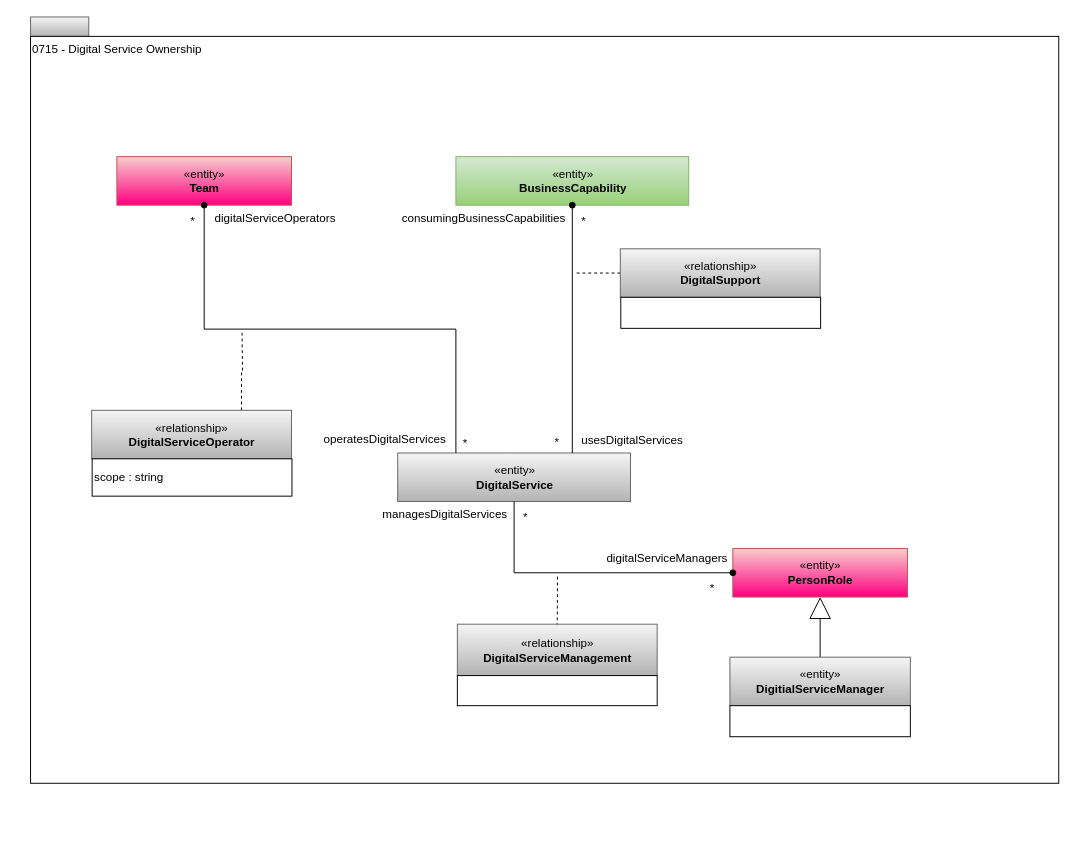
odpi/egeria-docs keeps this draw.io diagram as page "0715-Digital-Service-Ownership" (4 of 14) of site/docs/types/7/area-7-lineage.drawio. Above is the earlier version. Source tidied: cells renumbered, new cells numbered last; positions are measured from the earlier drawing's top-left corner, leaving out a move shared by most shapes. Both pictures are drawn from the tidied source at 97%, with x=0, y=0 at pixel (30, 16).
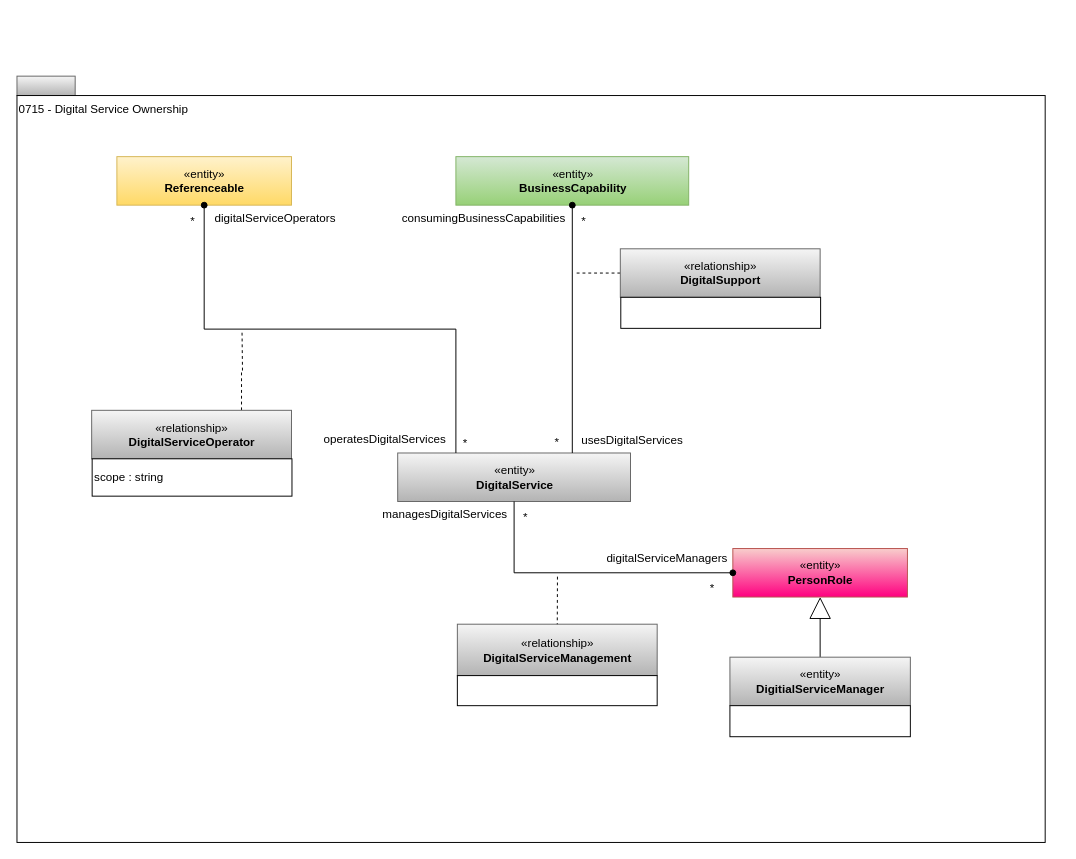
After the change.

What changed in the source:
```diff
@@
     <mxCell id="2" style="rounded=0;whiteSpace=wrap;html=1;align=left;fillColor=#f5f5f5;strokeColor=#666666;gradientColor=#b3b3b3;" parent="1" vertex="1">
-      <mxGeometry width="60" height="20" as="geometry" />
+      <mxGeometry x="-14" y="61" width="60" height="20" as="geometry" />
     </mxCell>
     <mxCell id="3" value="0715 - Digital Service Ownership" style="rounded=0;whiteSpace=wrap;html=1;align=left;verticalAlign=top;" parent="1" vertex="1">
-      <mxGeometry y="20" width="1060" height="770" as="geometry" />
+      <mxGeometry x="-14" y="81" width="1060" height="770" as="geometry" />
     </mxCell>
@@
-    <mxCell id="33" value="«entity»&lt;br&gt;&lt;b&gt;Team&lt;/b&gt;" style="html=1;strokeColor=#b85450;align=center;fillColor=#f8cecc;gradientColor=#FF0080;" parent="1" vertex="1">
+    <mxCell id="33" value="«entity»&lt;br&gt;&lt;b&gt;Referenceable&lt;/b&gt;" style="html=1;strokeColor=#d6b656;align=center;fillColor=#fff2cc;gradientColor=#ffd966;" parent="1" vertex="1">
       <mxGeometry x="89" y="144" width="180" height="50" as="geometry" />
     </mxCell>
```
